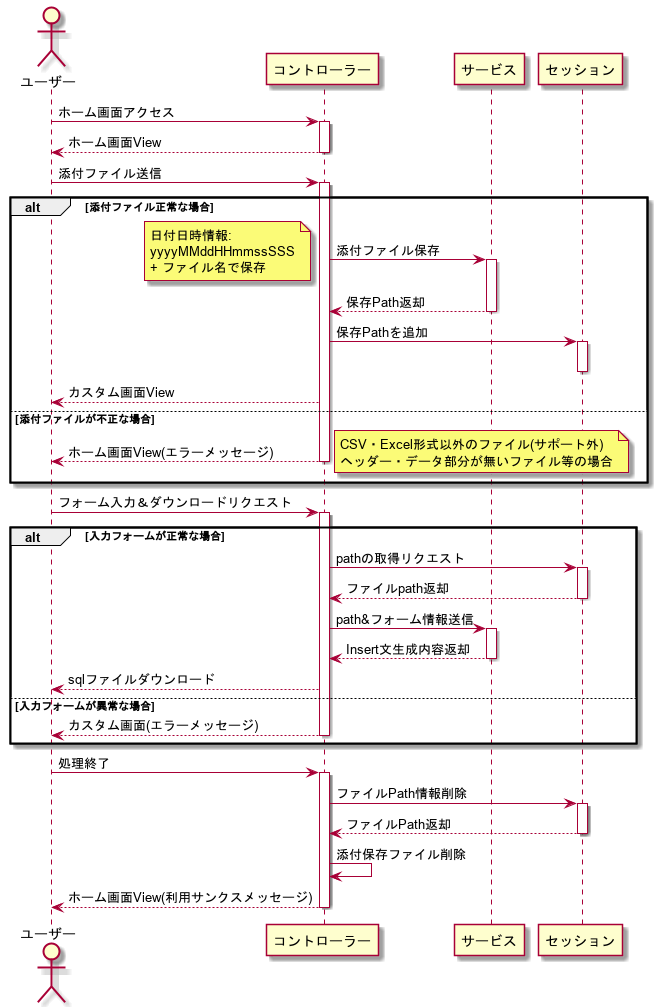
yasusi-1234/create_db_file keeps this PlantUML diagram as uml_img/sequence1.png. Above is the earlier version. Its diagram source:
```plantuml
@startuml
actor ユーザー

ユーザー -> コントローラー : ホーム画面アクセス
activate コントローラー
コントローラー --> ユーザー : ホーム画面View
deactivate コントローラー

ユーザー -> コントローラー : 添付ファイル送信
activate コントローラー
alt 添付ファイル正常な場合
    コントローラー -> サービス: 添付ファイル保存
    note top
      日付日時情報:
      yyyyMMddHHmmssSSS
      + ファイル名で保存
    end note
    activate サービス
    サービス --> コントローラー: 保存Path返却
    deactivate サービス

    コントローラー -> "セッション": 保存Pathを追加
    activate "セッション"
    deactivate "セッション"
    コントローラー --> ユーザー: カスタム画面View
else 添付ファイルが不正な場合
    コントローラー --> ユーザー: ホーム画面View(エラーメッセージ)
    note right
      CSV・Excel形式以外のファイル(サポート外)
      ヘッダー・データ部分が無いファイル等の場合
    end note
deactivate コントローラー
end

ユーザー -> コントローラー : フォーム入力＆ダウンロードリクエスト
alt 入力フォームが正常な場合
    activate コントローラー
    コントローラー -> "セッション": pathの取得リクエスト
    activate "セッション"
    "セッション" --> コントローラー: ファイルpath返却
    deactivate "セッション"
    コントローラー -> サービス: path&フォーム情報送信
    activate サービス
    サービス --> コントローラー: Insert文生成内容返却
    deactivate サービス
    コントローラー --> ユーザー: sqlファイルダウンロード
else 入力フォームが異常な場合
    コントローラー --> ユーザー: カスタム画面(エラーメッセージ)
    deactivate コントローラー
end

ユーザー -> コントローラー : 処理終了
activate コントローラー
コントローラー -> "セッション": ファイルPath情報削除
activate "セッション"
"セッション" --> コントローラー: ファイルPath返却
deactivate "セッション"
コントローラー -> コントローラー: 添付保存ファイル削除
コントローラー --> ユーザー : ホーム画面View(利用サンクスメッセージ)
deactivate コントローラー
@enduml
```
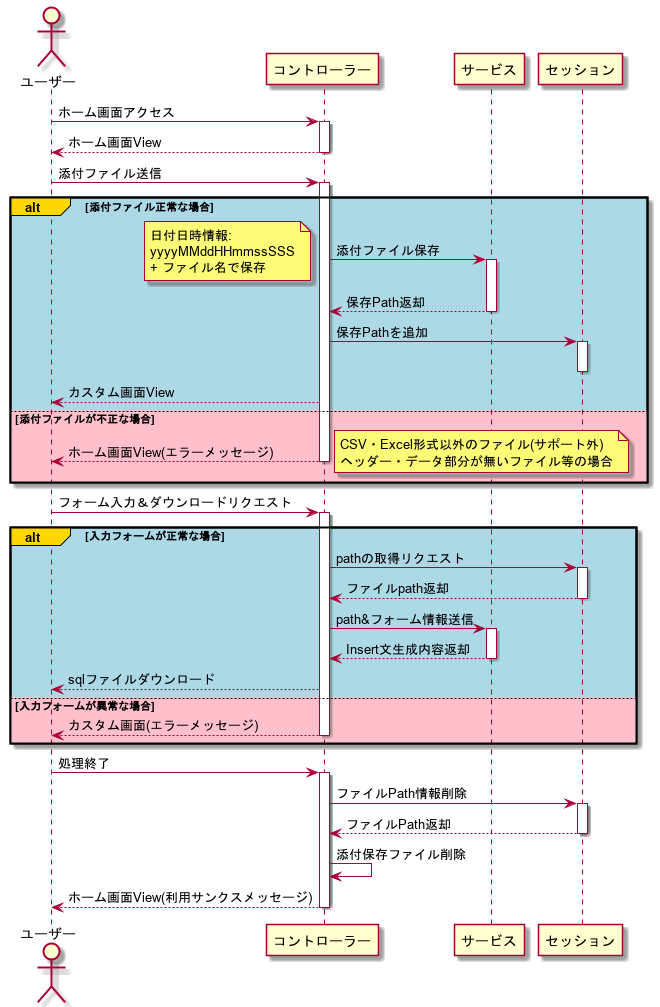
Later version of the same file.

Commit message:
シーケンス図の微調整

Change to the diagram source:
```diff
@@ -8,7 +8,7 @@
 
 ユーザー -> コントローラー : 添付ファイル送信
 activate コントローラー
-alt 添付ファイル正常な場合
+alt#Gold #LightBlue 添付ファイル正常な場合
     コントローラー -> サービス: 添付ファイル保存
     note top
       日付日時情報:
@@ -23,7 +23,7 @@
     activate "セッション"
     deactivate "セッション"
     コントローラー --> ユーザー: カスタム画面View
-else 添付ファイルが不正な場合
+else #Pink 添付ファイルが不正な場合
     コントローラー --> ユーザー: ホーム画面View(エラーメッセージ)
     note right
       CSV・Excel形式以外のファイル(サポート外)
@@ -33,7 +33,7 @@
 end
 
 ユーザー -> コントローラー : フォーム入力＆ダウンロードリクエスト
-alt 入力フォームが正常な場合
+alt#Gold #LightBlue 入力フォームが正常な場合
     activate コントローラー
     コントローラー -> "セッション": pathの取得リクエスト
     activate "セッション"
@@ -44,7 +44,7 @@
     サービス --> コントローラー: Insert文生成内容返却
     deactivate サービス
     コントローラー --> ユーザー: sqlファイルダウンロード
-else 入力フォームが異常な場合
+else #Pink 入力フォームが異常な場合
     コントローラー --> ユーザー: カスタム画面(エラーメッセージ)
     deactivate コントローラー
 end
```
